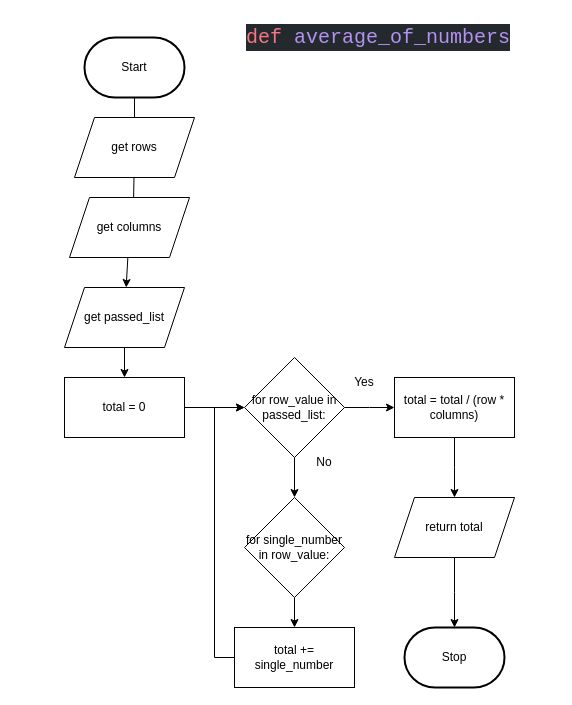
Kyanh-Pham/ICS3U-Unit6-05-Python keeps this draw.io diagram as flowchat.drawio. Above is the earlier version. Source tidied: cells renumbered, new cells numbered last; positions are measured from the earlier drawing's top-left corner, leaving out a move shared by most shapes. Both pictures are drawn from the tidied source at 100%, with x=0, y=0 at pixel (64, 17).
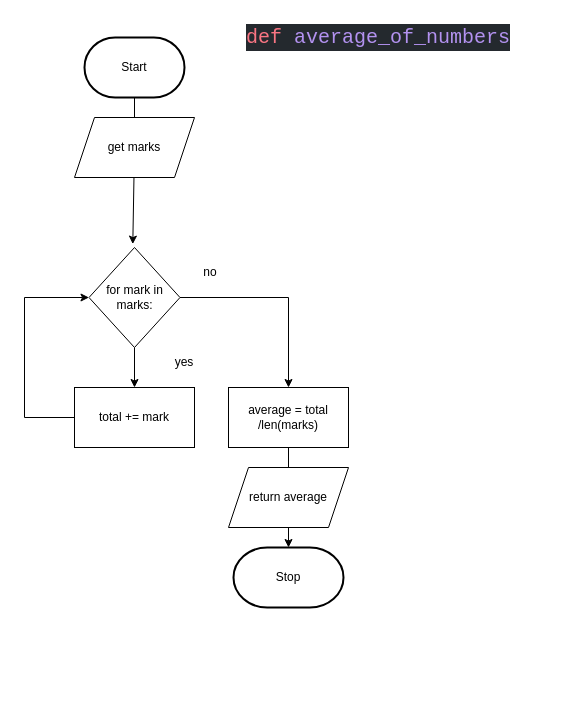
After the change.

Change to the diagram source:
```diff
@@
-    <mxCell id="5" value="get rows" style="shape=parallelogram;perimeter=parallelogramPerimeter;whiteSpace=wrap;html=1;fixedSize=1;" parent="1" vertex="1">
+    <mxCell id="5" value="get marks" style="shape=parallelogram;perimeter=parallelogramPerimeter;whiteSpace=wrap;html=1;fixedSize=1;" parent="1" vertex="1">
       <mxGeometry x="10" y="100" width="120" height="60" as="geometry" />
     </mxCell>
@@
-    <mxCell id="7" style="edgeStyle=none;html=1;" parent="1" edge="1" source="8" target="10">
-      <mxGeometry relative="1" as="geometry" />
-    </mxCell>
-    <mxCell id="8" value="get columns" style="shape=parallelogram;perimeter=parallelogramPerimeter;whiteSpace=wrap;html=1;fixedSize=1;" parent="1" vertex="1">
-      <mxGeometry x="5" y="180" width="120" height="60" as="geometry" />
-    </mxCell>
-    <mxCell id="9" style="edgeStyle=none;html=1;entryX=0.5;entryY=0;entryDx=0;entryDy=0;" parent="1" edge="1" source="10" target="12">
-      <mxGeometry relative="1" as="geometry" />
-    </mxCell>
-    <mxCell id="10" value="get passed_list" style="shape=parallelogram;perimeter=parallelogramPerimeter;whiteSpace=wrap;html=1;fixedSize=1;" parent="1" vertex="1">
-      <mxGeometry y="270" width="120" height="60" as="geometry" />
-    </mxCell>
-    <mxCell id="11" style="edgeStyle=none;html=1;entryX=0;entryY=0.5;entryDx=0;entryDy=0;" parent="1" edge="1" source="12" target="15">
-      <mxGeometry relative="1" as="geometry" />
-    </mxCell>
-    <mxCell id="12" value="total = 0" style="rounded=0;whiteSpace=wrap;html=1;" parent="1" vertex="1">
-      <mxGeometry y="360" width="120" height="60" as="geometry" />
-    </mxCell>
-    <mxCell id="13" style="edgeStyle=none;html=1;" parent="1" edge="1" source="15">
-      <mxGeometry relative="1" as="geometry">
-        <mxPoint x="230" y="480" as="targetPoint" />
-      </mxGeometry>
-    </mxCell>
-    <mxCell id="14" style="edgeStyle=orthogonalEdgeStyle;rounded=0;html=1;" parent="1" edge="1" source="15">
-      <mxGeometry relative="1" as="geometry">
-        <mxPoint x="330" y="390" as="targetPoint" />
-      </mxGeometry>
-    </mxCell>
-    <mxCell id="15" value="for row_value in passed_list:" style="rhombus;whiteSpace=wrap;html=1;" parent="1" vertex="1">
-      <mxGeometry x="180" y="340" width="100" height="100" as="geometry" />
-    </mxCell>
-    <mxCell id="16" style="edgeStyle=none;html=1;entryX=0.5;entryY=0;entryDx=0;entryDy=0;" parent="1" edge="1" source="17" target="19">
-      <mxGeometry relative="1" as="geometry" />
-    </mxCell>
-    <mxCell id="17" value="for single_number in row_value:" style="rhombus;whiteSpace=wrap;html=1;" parent="1" vertex="1">
-      <mxGeometry x="180" y="480" width="100" height="100" as="geometry" />
-    </mxCell>
-    <mxCell id="18" style="edgeStyle=orthogonalEdgeStyle;html=1;entryX=0;entryY=0.5;entryDx=0;entryDy=0;rounded=0;" parent="1" edge="1" source="19" target="15">
-      <mxGeometry relative="1" as="geometry">
-        <Array as="points">
-          <mxPoint x="150" y="640" />
-          <mxPoint x="150" y="390" />
-        </Array>
-      </mxGeometry>
-    </mxCell>
-    <mxCell id="19" value="total += single_number" style="rounded=0;whiteSpace=wrap;html=1;" parent="1" vertex="1">
-      <mxGeometry x="170" y="610" width="120" height="60" as="geometry" />
-    </mxCell>
-    <mxCell id="20" value="No" style="text;html=1;strokeColor=none;fillColor=none;align=center;verticalAlign=middle;whiteSpace=wrap;rounded=0;" parent="1" vertex="1">
-      <mxGeometry x="230" y="430" width="60" height="30" as="geometry" />
-    </mxCell>
-    <mxCell id="21" value="Yes" style="text;html=1;strokeColor=none;fillColor=none;align=center;verticalAlign=middle;whiteSpace=wrap;rounded=0;" parent="1" vertex="1">
-      <mxGeometry x="270" y="350" width="60" height="30" as="geometry" />
-    </mxCell>
-    <mxCell id="22" style="edgeStyle=orthogonalEdgeStyle;rounded=0;html=1;" parent="1" edge="1" source="23">
-      <mxGeometry relative="1" as="geometry">
-        <mxPoint x="390" y="480" as="targetPoint" />
-      </mxGeometry>
-    </mxCell>
-    <mxCell id="23" value="total = total / (row * columns)" style="rounded=0;whiteSpace=wrap;html=1;" parent="1" vertex="1">
-      <mxGeometry x="330" y="360" width="120" height="60" as="geometry" />
-    </mxCell>
-    <mxCell id="24" style="edgeStyle=orthogonalEdgeStyle;rounded=0;html=1;" parent="1" edge="1" source="25">
-      <mxGeometry relative="1" as="geometry">
-        <mxPoint x="390" y="610" as="targetPoint" />
-      </mxGeometry>
-    </mxCell>
-    <mxCell id="25" value="return total" style="shape=parallelogram;perimeter=parallelogramPerimeter;whiteSpace=wrap;html=1;fixedSize=1;" parent="1" vertex="1">
-      <mxGeometry x="330" y="480" width="120" height="60" as="geometry" />
-    </mxCell>
     <mxCell id="26" value="Stop" style="strokeWidth=2;html=1;shape=mxgraph.flowchart.terminator;whiteSpace=wrap;" parent="1" vertex="1">
-      <mxGeometry x="340" y="610" width="100" height="60" as="geometry" />
+      <mxGeometry x="169" y="530" width="110" height="60" as="geometry" />
     </mxCell>
+    <mxCell id="27" style="edgeStyle=none;html=1;entryX=0.5;entryY=0;entryDx=0;entryDy=0;" parent="1" edge="1" source="29" target="31">
+      <mxGeometry relative="1" as="geometry" />
+    </mxCell>
+    <mxCell id="28" style="edgeStyle=orthogonalEdgeStyle;rounded=0;html=1;" parent="1" edge="1" source="29" target="35">
+      <mxGeometry relative="1" as="geometry" />
+    </mxCell>
+    <mxCell id="29" value="for mark in marks:" style="rhombus;whiteSpace=wrap;html=1;" parent="1" vertex="1">
+      <mxGeometry x="24.5" y="230" width="91" height="100" as="geometry" />
+    </mxCell>
+    <mxCell id="30" style="edgeStyle=orthogonalEdgeStyle;html=1;entryX=0;entryY=0.5;entryDx=0;entryDy=0;rounded=0;" parent="1" edge="1" source="31" target="29">
+      <mxGeometry relative="1" as="geometry">
+        <Array as="points">
+          <mxPoint x="-40" y="400" />
+          <mxPoint x="-40" y="280" />
+        </Array>
+      </mxGeometry>
+    </mxCell>
+    <mxCell id="31" value="total += mark" style="rounded=0;whiteSpace=wrap;html=1;" parent="1" vertex="1">
+      <mxGeometry x="10" y="370" width="120" height="60" as="geometry" />
+    </mxCell>
+    <mxCell id="32" value="yes" style="text;html=1;strokeColor=none;fillColor=none;align=center;verticalAlign=middle;whiteSpace=wrap;rounded=0;" parent="1" vertex="1">
+      <mxGeometry x="90" y="330" width="60" height="30" as="geometry" />
+    </mxCell>
+    <mxCell id="33" value="no" style="text;html=1;strokeColor=none;fillColor=none;align=center;verticalAlign=middle;whiteSpace=wrap;rounded=0;" parent="1" vertex="1">
+      <mxGeometry x="115.5" y="240" width="60" height="30" as="geometry" />
+    </mxCell>
+    <mxCell id="34" style="edgeStyle=orthogonalEdgeStyle;rounded=0;html=1;entryX=0.5;entryY=0;entryDx=0;entryDy=0;entryPerimeter=0;" parent="1" edge="1" source="35" target="26">
+      <mxGeometry relative="1" as="geometry" />
+    </mxCell>
+    <mxCell id="35" value="average = total /len(marks)" style="rounded=0;whiteSpace=wrap;html=1;" parent="1" vertex="1">
+      <mxGeometry x="164" y="370" width="120" height="60" as="geometry" />
+    </mxCell>
+    <mxCell id="36" value="return average" style="shape=parallelogram;perimeter=parallelogramPerimeter;whiteSpace=wrap;html=1;fixedSize=1;" parent="1" vertex="1">
+      <mxGeometry x="164" y="450" width="120" height="60" as="geometry" />
+    </mxCell>
```
